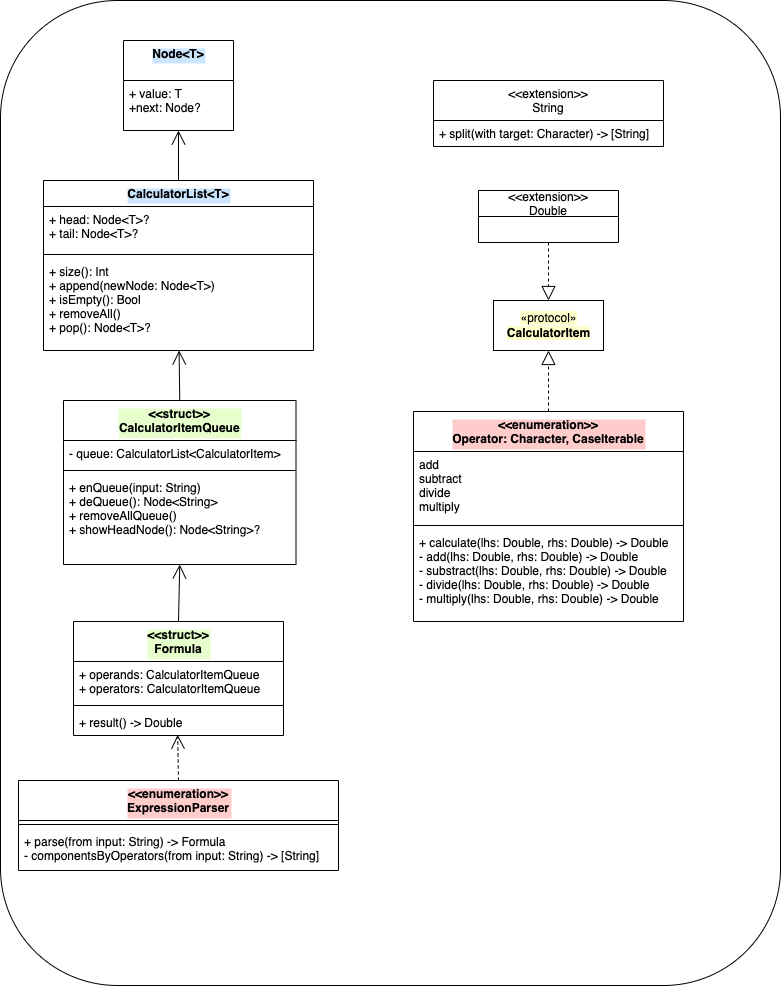
yagom-academy/ios-calculator-app keeps this draw.io diagram as CalculatorAppClassDiagramStep1.png. Above is the earlier version. Source tidied: cells renumbered, new cells last; positions are measured from the earlier drawing's top-left corner, leaving out a move shared by most shapes.
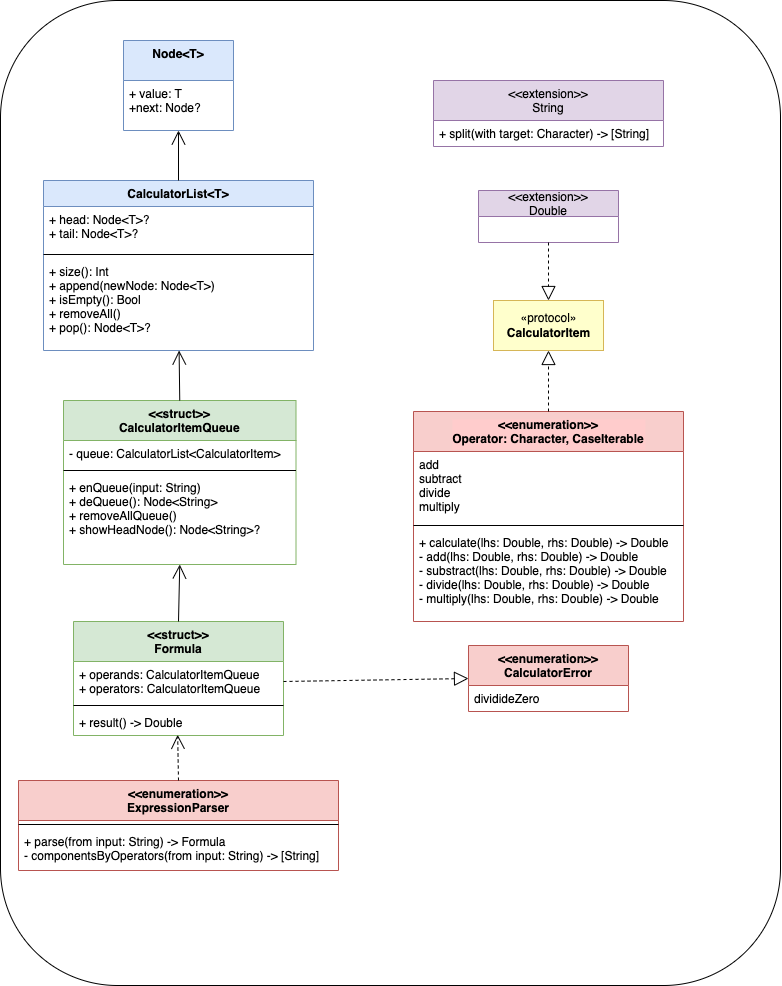
The same diagram one commit later.

Commit message:
docs: Update Class Diagram

The edit, as a diff of the source:
```diff
@@ -5,13 +5,13 @@
     <mxCell id="2" style="rounded=1;whiteSpace=wrap;html=1;" parent="1" vertex="1">
       <mxGeometry width="780" height="985" as="geometry" />
     </mxCell>
-    <mxCell id="3" value="Node&lt;T&gt;" style="swimlane;fontStyle=1;align=center;verticalAlign=top;horizontal=1;startSize=40;labelBackgroundColor=#CCE5FF;" parent="1" vertex="1">
+    <mxCell id="3" value="Node&lt;T&gt;" style="swimlane;fontStyle=1;align=center;verticalAlign=top;horizontal=1;startSize=40;labelBackgroundColor=none;fillColor=#dae8fc;strokeColor=#6c8ebf;" parent="1" vertex="1">
       <mxGeometry x="123" y="40" width="110" height="90" as="geometry" />
     </mxCell>
     <mxCell id="4" value="+ value: T&#10;+next: Node?" style="text;strokeColor=none;fillColor=none;align=left;verticalAlign=top;spacingLeft=4;spacingRight=4;overflow=hidden;points=[[0,0.5],[1,0.5]];portConstraint=eastwest;" parent="3" vertex="1">
       <mxGeometry y="40" width="110" height="50" as="geometry" />
     </mxCell>
-    <mxCell id="5" value="CalculatorList&lt;T&gt;" style="swimlane;fontStyle=1;align=center;verticalAlign=top;horizontal=1;startSize=26;labelBackgroundColor=#CCE5FF;" parent="1" vertex="1">
+    <mxCell id="5" value="CalculatorList&lt;T&gt;" style="swimlane;fontStyle=1;align=center;verticalAlign=top;horizontal=1;startSize=26;labelBackgroundColor=none;fillColor=#dae8fc;strokeColor=#6c8ebf;" parent="1" vertex="1">
       <mxGeometry x="43" y="180" width="270" height="170" as="geometry" />
     </mxCell>
     <mxCell id="6" value="+ head: Node&lt;T&gt;?&#10;+ tail: Node&lt;T&gt;?" style="text;strokeColor=none;fillColor=none;align=left;verticalAlign=top;spacingLeft=4;spacingRight=4;overflow=hidden;" parent="5" vertex="1">
@@ -23,7 +23,7 @@
     <mxCell id="8" value="+ size(): Int&#10;+ append(newNode: Node&lt;T&gt;)&#10;+ isEmpty(): Bool&#10;+ removeAll()&#10;+ pop(): Node&lt;T&gt;?" style="text;strokeColor=none;fillColor=none;align=left;verticalAlign=top;spacingLeft=4;spacingRight=4;overflow=hidden;points=[[0,0.5],[1,0.5]];portConstraint=eastwest;" parent="5" vertex="1">
       <mxGeometry y="78" width="270" height="92" as="geometry" />
     </mxCell>
-    <mxCell id="9" value="&lt;&lt;struct&gt;&gt;&#10;CalculatorItemQueue" style="swimlane;fontStyle=1;align=center;verticalAlign=top;horizontal=1;startSize=40;labelBackgroundColor=#E6FFCC;" parent="1" vertex="1">
+    <mxCell id="9" value="&lt;&lt;struct&gt;&gt;&#10;CalculatorItemQueue" style="swimlane;fontStyle=1;align=center;verticalAlign=top;horizontal=1;startSize=40;labelBackgroundColor=none;fillColor=#d5e8d4;strokeColor=#82b366;" parent="1" vertex="1">
       <mxGeometry x="63" y="400" width="232.5" height="164" as="geometry" />
     </mxCell>
     <mxCell id="10" value="- queue: CalculatorList&lt;CalculatorItem&gt;" style="text;strokeColor=none;fillColor=none;align=left;verticalAlign=top;spacingLeft=4;spacingRight=4;overflow=hidden;" parent="9" vertex="1">
@@ -41,10 +41,10 @@
     <mxCell id="14" style="endArrow=open;endFill=1;endSize=12;html=1;rounded=0;exitX=0.5;exitY=0;exitDx=0;exitDy=0;" parent="1" edge="1" source="9" target="8">
       <mxGeometry relative="1" as="geometry" />
     </mxCell>
-    <mxCell id="15" value="&lt;span style=&quot;background-color: rgb(255, 255, 204);&quot;&gt;«protocol»&lt;br&gt;&lt;b&gt;CalculatorItem&lt;/b&gt;&lt;/span&gt;" style="html=1;" parent="1" vertex="1">
+    <mxCell id="15" value="&lt;span style=&quot;background-color: rgb(255, 255, 204);&quot;&gt;«protocol»&lt;br&gt;&lt;b&gt;CalculatorItem&lt;/b&gt;&lt;/span&gt;" style="html=1;fillColor=#FFFFCC;strokeColor=#d6b656;" parent="1" vertex="1">
       <mxGeometry x="493" y="300" width="110" height="50" as="geometry" />
     </mxCell>
-    <mxCell id="16" value="&lt;&lt;enumeration&gt;&gt;&#10;Operator: Character, CaseIterable" style="swimlane;fontStyle=1;align=center;verticalAlign=top;horizontal=1;startSize=40;labelBackgroundColor=#FFCCCC;" parent="1" vertex="1">
+    <mxCell id="16" value="&lt;&lt;enumeration&gt;&gt;&#10;Operator: Character, CaseIterable" style="swimlane;fontStyle=1;align=center;verticalAlign=top;horizontal=1;startSize=40;labelBackgroundColor=#FFCCCC;fillColor=#f8cecc;strokeColor=#b85450;" parent="1" vertex="1">
       <mxGeometry x="413" y="411" width="270" height="210" as="geometry" />
     </mxCell>
     <mxCell id="17" value="add&#10;subtract&#10;divide&#10;multiply" style="text;strokeColor=none;fillColor=none;align=left;verticalAlign=top;spacingLeft=4;spacingRight=4;overflow=hidden;" parent="16" vertex="1">
@@ -59,19 +59,19 @@
     <mxCell id="20" style="endArrow=block;dashed=1;endFill=0;endSize=12;html=1;rounded=0;entryX=0.5;entryY=1;entryDx=0;entryDy=0;exitX=0.5;exitY=0;exitDx=0;exitDy=0;" parent="1" edge="1" source="16" target="15">
       <mxGeometry relative="1" as="geometry" />
     </mxCell>
-    <mxCell id="21" value="&lt;&lt;extension&gt;&gt;&#10;Double" style="swimlane;fontStyle=0;horizontal=1;startSize=26;fillColor=none;" parent="1" vertex="1">
+    <mxCell id="21" value="&lt;&lt;extension&gt;&gt;&#10;Double" style="swimlane;fontStyle=0;horizontal=1;startSize=26;fillColor=#e1d5e7;strokeColor=#9673a6;" parent="1" vertex="1">
       <mxGeometry x="478" y="190" width="140" height="52" as="geometry" />
     </mxCell>
     <mxCell id="22" style="endArrow=block;dashed=1;endFill=0;endSize=12;html=1;rounded=0;entryX=0.5;entryY=0;entryDx=0;entryDy=0;exitX=0.5;exitY=1;exitDx=0;exitDy=0;" parent="1" edge="1" source="21" target="15">
       <mxGeometry relative="1" as="geometry" />
     </mxCell>
-    <mxCell id="23" value="&lt;&lt;extension&gt;&gt;&#10;String" style="swimlane;fontStyle=0;horizontal=1;startSize=40;fillColor=none;" parent="1" vertex="1">
+    <mxCell id="23" value="&lt;&lt;extension&gt;&gt;&#10;String" style="swimlane;fontStyle=0;horizontal=1;startSize=40;fillColor=#e1d5e7;strokeColor=#9673a6;" parent="1" vertex="1">
       <mxGeometry x="433" y="80" width="230" height="66" as="geometry" />
     </mxCell>
     <mxCell id="24" value="+ split(with target: Character) -&gt; [String]" style="text;strokeColor=none;fillColor=none;align=left;verticalAlign=top;spacingLeft=4;spacingRight=4;overflow=hidden;" parent="23" vertex="1">
       <mxGeometry y="40" width="230" height="26" as="geometry" />
     </mxCell>
-    <mxCell id="25" value="&lt;&lt;struct&gt;&gt;&#10;Formula&#10;" style="swimlane;fontStyle=1;align=center;verticalAlign=top;horizontal=1;startSize=40;labelBackgroundColor=#E6FFCC;" parent="1" vertex="1">
+    <mxCell id="25" value="&lt;&lt;struct&gt;&gt;&#10;Formula&#10;" style="swimlane;fontStyle=1;align=center;verticalAlign=top;horizontal=1;startSize=40;labelBackgroundColor=none;fillColor=#d5e8d4;strokeColor=#82b366;" parent="1" vertex="1">
       <mxGeometry x="73" y="621" width="210" height="114" as="geometry" />
     </mxCell>
     <mxCell id="26" value="+ operands: CalculatorItemQueue&#10;+ operators: CalculatorItemQueue" style="text;strokeColor=none;fillColor=none;align=left;verticalAlign=top;spacingLeft=4;spacingRight=4;overflow=hidden;points=[[0,0.5],[1,0.5]];portConstraint=eastwest;" parent="25" vertex="1">
@@ -83,7 +83,7 @@
     <mxCell id="28" value="+ result() -&gt; Double" style="text;strokeColor=none;fillColor=none;align=left;verticalAlign=top;spacingLeft=4;spacingRight=4;overflow=hidden;points=[[0,0.5],[1,0.5]];portConstraint=eastwest;" parent="25" vertex="1">
       <mxGeometry y="88" width="210" height="26" as="geometry" />
     </mxCell>
-    <mxCell id="29" value="&lt;&lt;enumeration&gt;&gt;&#10;ExpressionParser" style="swimlane;fontStyle=1;align=center;verticalAlign=top;horizontal=1;startSize=40;labelBackgroundColor=#FFCCCC;" parent="1" vertex="1">
+    <mxCell id="29" value="&lt;&lt;enumeration&gt;&gt;&#10;ExpressionParser" style="swimlane;fontStyle=1;align=center;verticalAlign=top;horizontal=1;startSize=40;labelBackgroundColor=none;fillColor=#f8cecc;strokeColor=#b85450;" parent="1" vertex="1">
       <mxGeometry x="18" y="780" width="320" height="90" as="geometry" />
     </mxCell>
     <mxCell id="30" style="line;strokeWidth=1;fillColor=none;align=left;verticalAlign=middle;spacingTop=-1;spacingLeft=3;spacingRight=3;labelPosition=right;" parent="29" vertex="1">
@@ -98,5 +98,14 @@
     <mxCell id="33" style="endArrow=open;endFill=1;endSize=12;html=1;rounded=0;entryX=0.5;entryY=1;entryDx=0;entryDy=0;exitX=0.5;exitY=0;exitDx=0;exitDy=0;" parent="1" edge="1" source="25" target="9">
       <mxGeometry relative="1" as="geometry" />
     </mxCell>
+    <mxCell id="34" value="&lt;&lt;enumeration&gt;&gt;&#10;CalculatorError" style="swimlane;fontStyle=1;align=center;verticalAlign=top;horizontal=1;startSize=40;labelBackgroundColor=none;fillColor=#f8cecc;strokeColor=#b85450;" parent="1" vertex="1">
+      <mxGeometry x="468" y="645" width="160" height="66" as="geometry" />
+    </mxCell>
+    <mxCell id="35" value="dividideZero" style="text;strokeColor=none;fillColor=none;align=left;verticalAlign=top;spacingLeft=4;spacingRight=4;overflow=hidden;labelBackgroundColor=none;" parent="34" vertex="1">
+      <mxGeometry y="40" width="160" height="26" as="geometry" />
+    </mxCell>
+    <mxCell id="36" style="endArrow=block;dashed=1;endFill=0;endSize=12;html=1;rounded=0;entryX=0;entryY=0.5;entryDx=0;entryDy=0;exitX=1;exitY=0.5;exitDx=0;exitDy=0;" parent="1" edge="1" source="26" target="34">
+      <mxGeometry relative="1" as="geometry" />
+    </mxCell>
   </root>
 </mxGraphModel>
```
